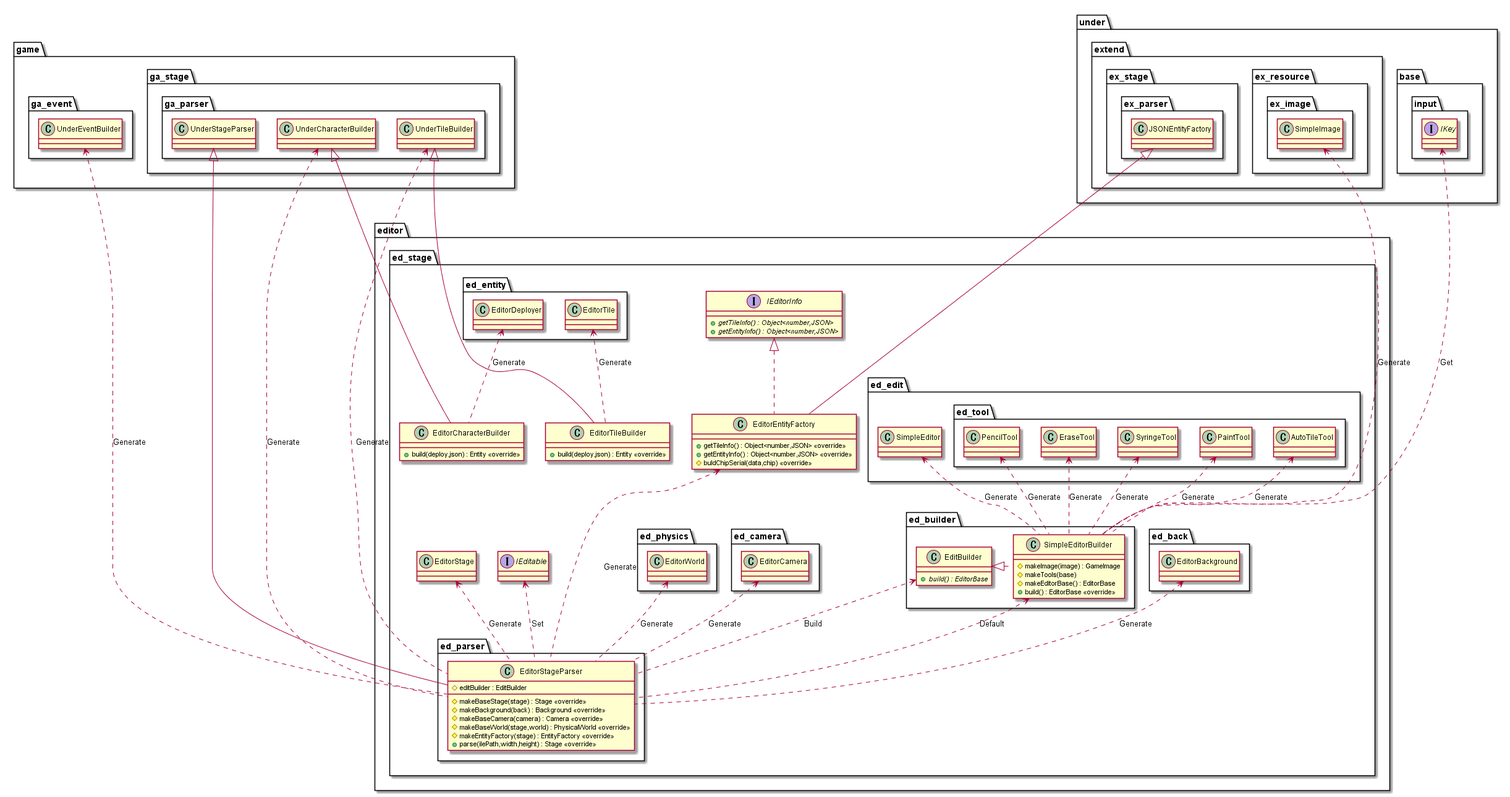
Above: out/uml/editor/Parser/EditorParser.png in Expine/Under (PlantUML), before the change.
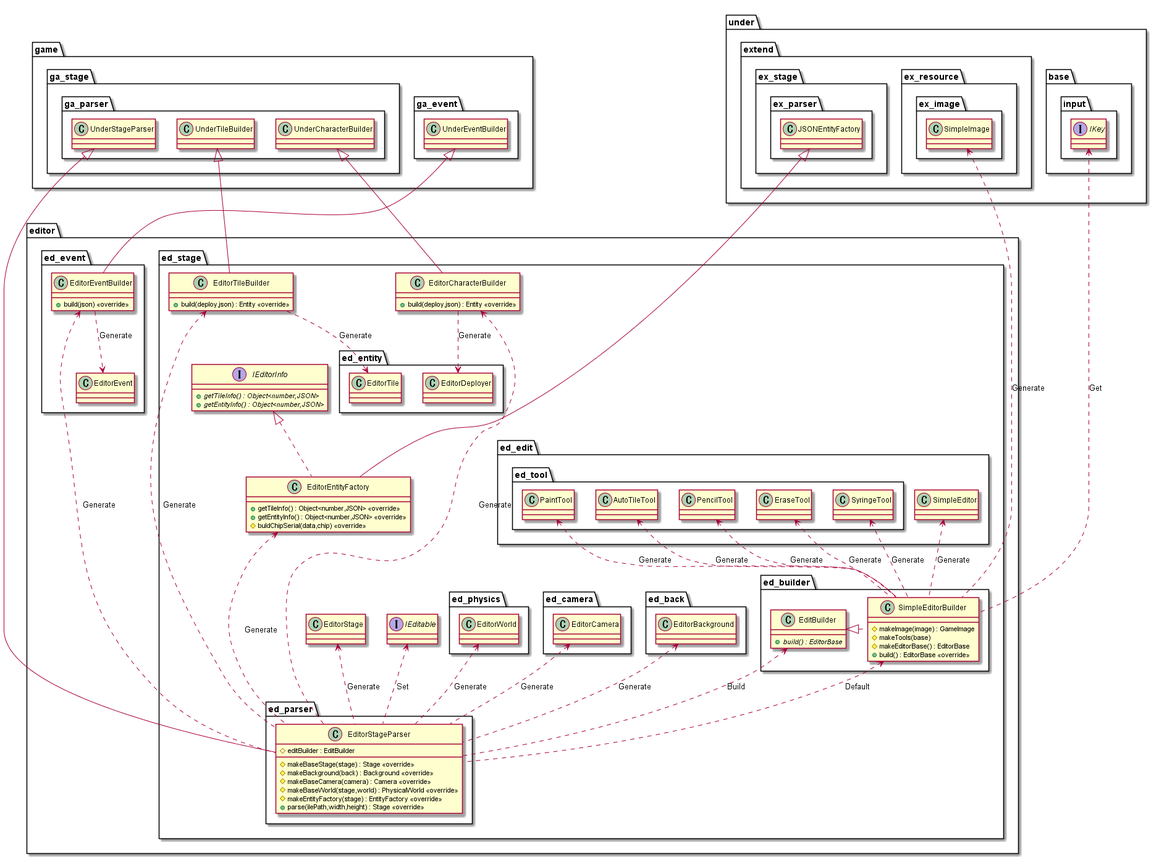
The same diagram one commit later.

Change to the diagram source:
```diff
@@ -1,6 +1,11 @@
 @startuml EditorParser
 
 package editor {
+    package ed_event {
+        class EditorEventBuilder {
+            +build(json) <<override>>
+        }
+    }
     package ed_stage {
         package ed_builder {
             class EditBuilder {
@@ -75,6 +80,9 @@
     }
 }
 package editor {
+    package ed_event {
+        class EditorEvent
+    }
     package ed_stage {
         interface IEditable
         class EditorStage
@@ -110,29 +118,32 @@
 EditorCamera <.. EditorStageParser : Generate
 EditorWorld <.. EditorStageParser : Generate
 EditorEntityFactory <... EditorStageParser : Generate
-UnderTileBuilder <..... EditorStageParser : Generate
-UnderCharacterBuilder <..... EditorStageParser : Generate
-UnderEventBuilder <..... EditorStageParser : Generate
+EditorTileBuilder <..... EditorStageParser : Generate
+EditorCharacterBuilder <..... EditorStageParser : Generate
+EditorEventBuilder <..... EditorStageParser : Generate
 IEditable <.. EditorStageParser : Set
 EditBuilder <.. EditorStageParser : Build
 
-EditorTile <.. EditorTileBuilder : Generate
-EditorDeployer <.. EditorCharacterBuilder : Generate
+EditorTileBuilder ..> EditorTile : Generate
+EditorCharacterBuilder ..> EditorDeployer : Generate
 
-SimpleImage <... SimpleEditorBuilder : Generate
+SimpleImage <.... SimpleEditorBuilder : Generate
 SimpleEditor <.. SimpleEditorBuilder : Generate
 PencilTool <.. SimpleEditorBuilder : Generate
 EraseTool <.. SimpleEditorBuilder : Generate
 SyringeTool <.. SimpleEditorBuilder : Generate
 PaintTool <.. SimpleEditorBuilder : Generate
 AutoTileTool <.. SimpleEditorBuilder : Generate
-IKey <... SimpleEditorBuilder : Get
+IKey <.... SimpleEditorBuilder : Get
+
+EditorEventBuilder ..> EditorEvent : Generate
 
 UnderStageParser <|--- EditorStageParser
 EditBuilder <|. SimpleEditorBuilder
 UnderTileBuilder <|-- EditorTileBuilder
 UnderCharacterBuilder <|-- EditorCharacterBuilder
-JSONEntityFactory <|--- EditorEntityFactory
+JSONEntityFactory <|---- EditorEntityFactory
 IEditorInfo <|.. EditorEntityFactory
+UnderEventBuilder <|-- EditorEventBuilder
 
 @enduml
```
